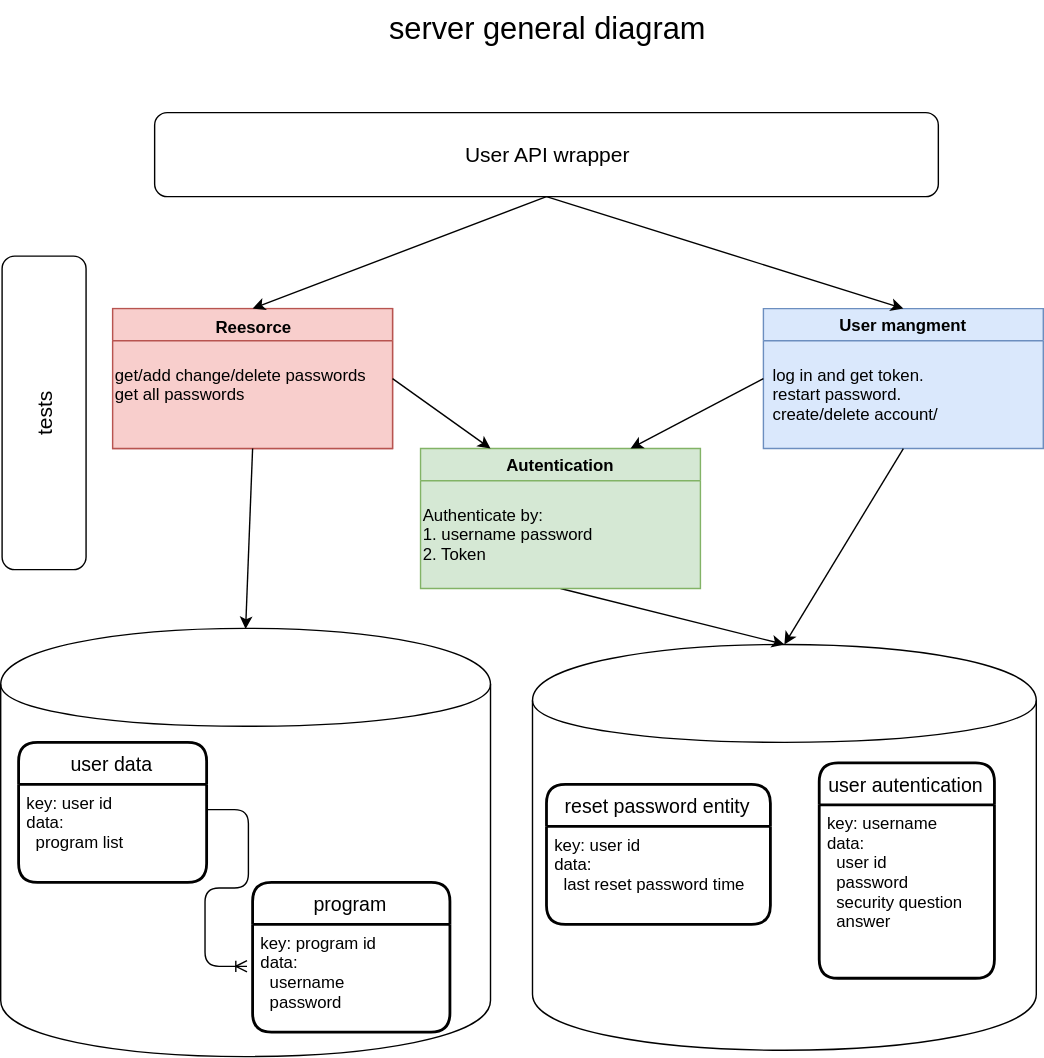
Above: Documents/server scema.svg in adibl/password_saver (draw.io), before the change. Source tidied: cells renumbered, new cells last; positions are measured from the earlier drawing's top-left corner, leaving out a move shared by most shapes.
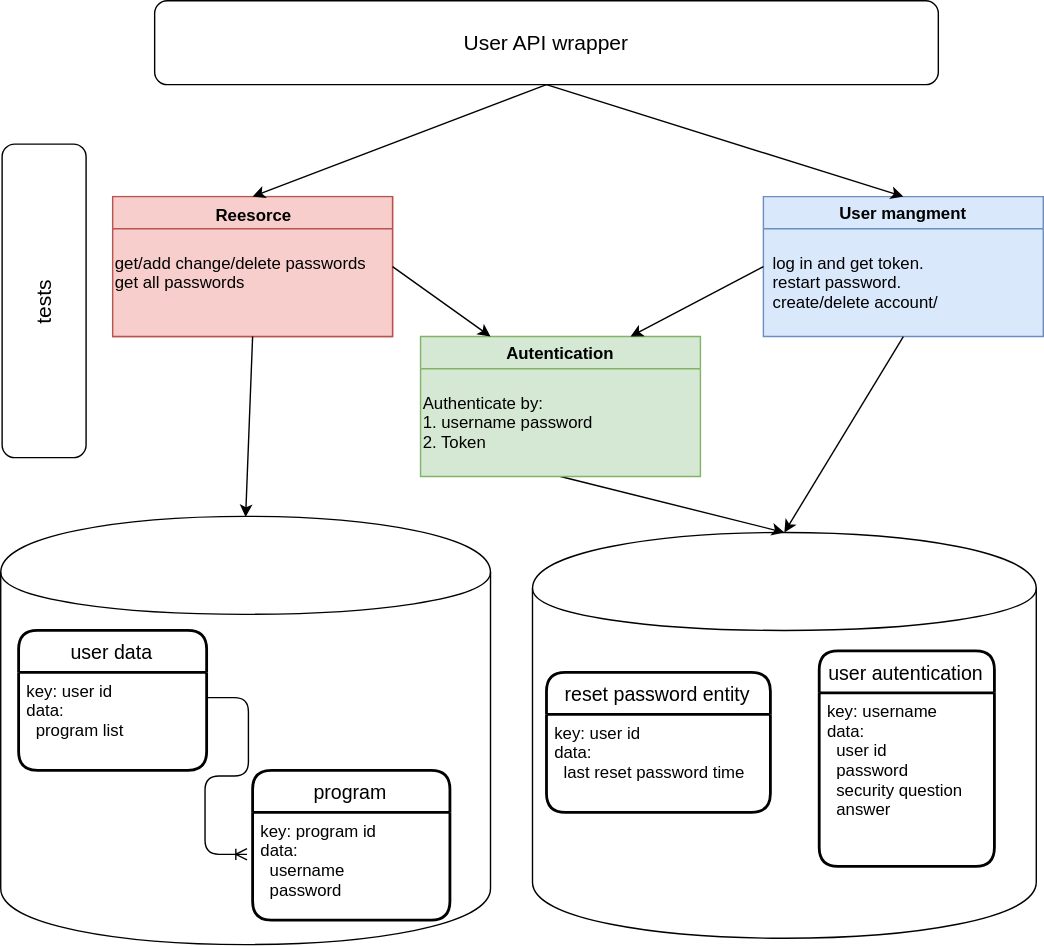
After the change.

Change to the diagram source:
```diff
@@ -2,10 +2,7 @@
   <root>
     <mxCell id="0" />
     <mxCell id="1" parent="0" />
-    <mxCell id="2" value="server general diagram" style="text;strokeColor=none;fillColor=none;align=center;verticalAlign=middle;whiteSpace=wrap;rounded=0;fontSize=22;" parent="1" vertex="1">
-      <mxGeometry x="276" width="390" height="40" as="geometry" />
-    </mxCell>
-    <mxCell id="3" value="&lt;font style=&quot;font-size: 15px&quot;&gt;User API wrapper&lt;/font&gt;" style="rounded=1;whiteSpace=wrap;html=1;" parent="1" vertex="1">
+    <mxCell id="3" value="User API wrapper" style="rounded=1;fontSize=15;" parent="1" vertex="1">
       <mxGeometry x="191" y="80" width="560" height="60" as="geometry" />
     </mxCell>
     <mxCell id="4" style="group;fillColor=#f8cecc;strokeColor=#b85450;" parent="1" vertex="1">
@@ -44,7 +41,7 @@
     <mxCell id="15" value="Authenticate by:&#10;1. username password&#10;2. Token&#10;" style="text;align=left;verticalAlign=top;spacingTop=-4;" parent="14" vertex="1">
       <mxGeometry y="38" width="140" height="40" as="geometry" />
     </mxCell>
-    <mxCell id="16" value="&lt;font style=&quot;font-size: 15px&quot;&gt;tests&lt;/font&gt;" style="rounded=1;whiteSpace=wrap;html=1;rotation=-90;" parent="1" vertex="1">
+    <mxCell id="16" value="tests" style="rounded=1;rotation=-90;fontSize=15;" parent="1" vertex="1">
       <mxGeometry y="264.5" width="224" height="60" as="geometry" />
     </mxCell>
     <mxCell id="17" style="endArrow=classic;html=1;exitX=0.5;exitY=1;exitDx=0;exitDy=0;entryX=0.5;entryY=0;entryDx=0;entryDy=0;" parent="1" edge="1" source="7" target="12">
```
